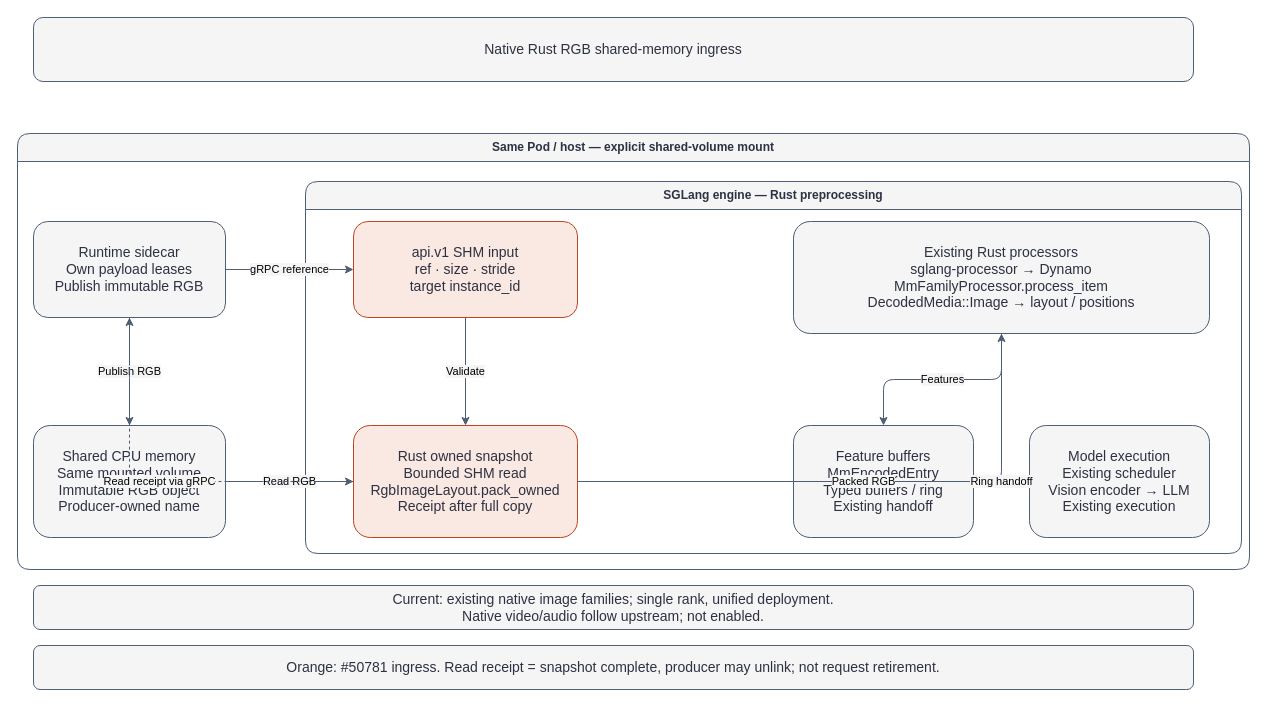
Earlier version of the draw.io diagram assets/decoded-rgb-shm/decoded-rgb-shm.drawio (andrewzyxing/sglang). Source tidied: cells renumbered, new cells numbered last; positions are measured from the earlier drawing's top-left corner, leaving out a move shared by most shapes. Both pictures are drawn from the tidied source at 100%, with x=0, y=0 at pixel (17, 17).
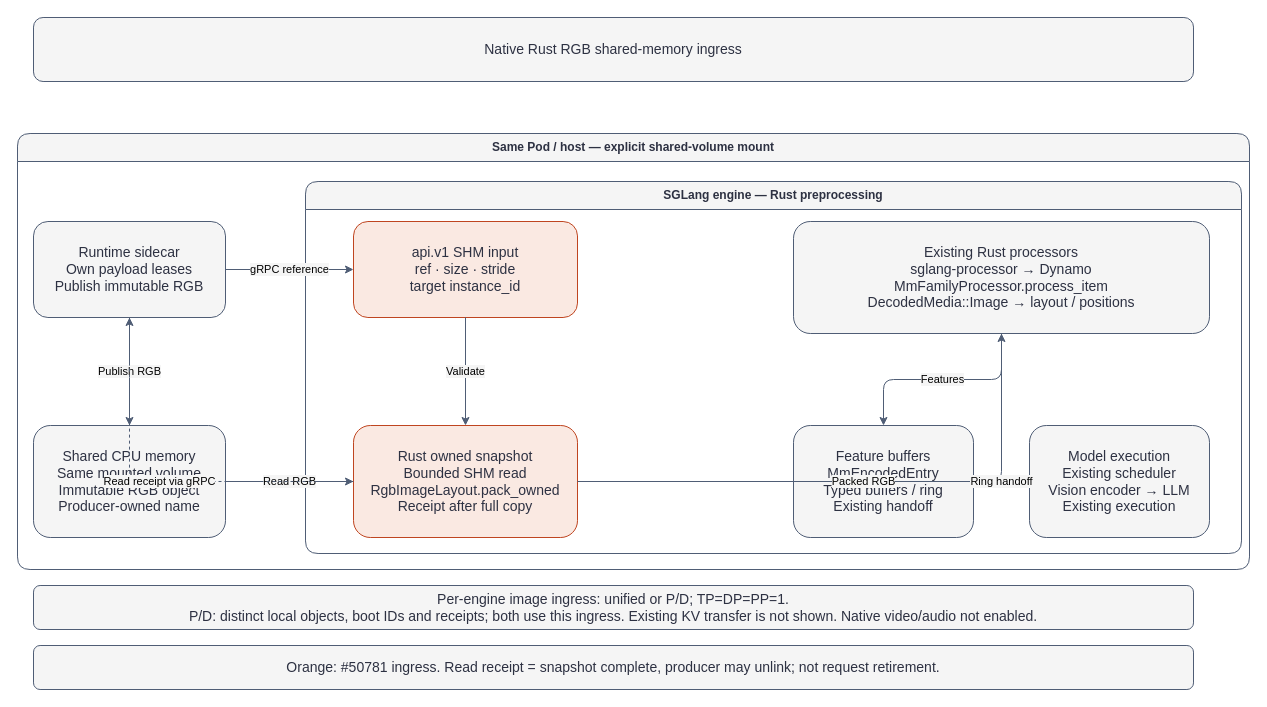
After the change.

Commit message (it also covers changes not shown here):
[Docs] Clarify stage-local RGB SHM ingress for native PD

What changed in the source:
```diff
@@
-    <mxCell id="20" value="Current: existing native image families; single rank, unified deployment.&lt;br&gt;Native video/audio follow upstream; not enabled." style="html=1;rounded=1;whiteSpace=wrap;fontFamily=Helvetica;fontSize=14;fontColor=#2d3142;fillColor=#f5f5f5;strokeColor=#4f5d75;" parent="1" vertex="1">
+    <mxCell id="20" value="Per-engine image ingress: unified or P/D; TP=DP=PP=1.&lt;br&gt;P/D: distinct local objects, boot IDs and receipts; both use this ingress. Existing KV transfer is not shown. Native video/audio not enabled." style="html=1;rounded=1;whiteSpace=wrap;fontFamily=Helvetica;fontSize=14;fontColor=#2d3142;fillColor=#f5f5f5;strokeColor=#4f5d75;" parent="1" vertex="1">
       <mxGeometry x="16" y="568" width="1160" height="44" as="geometry" />
     </mxCell>
```
